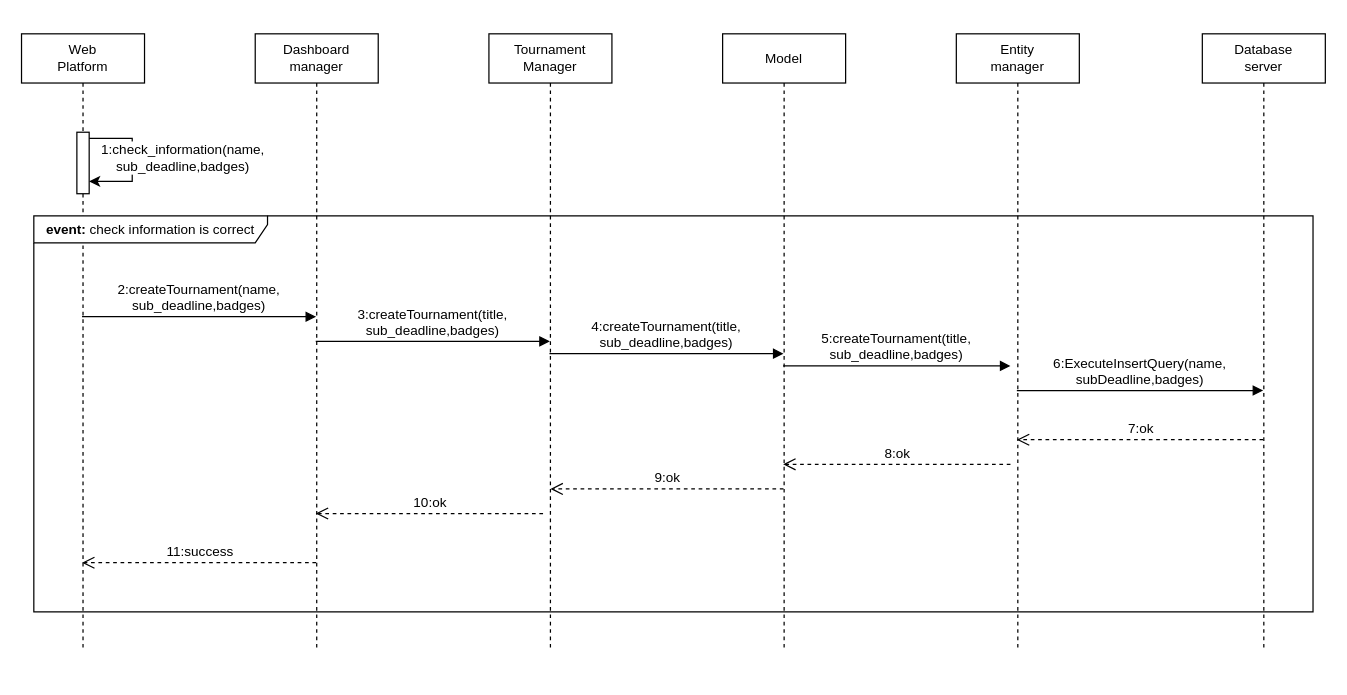
Before: page "TournamentCreation" (3 of 18) of diagrams/Runtime diagrams/RuntimeDiagrams.drawio in mttcrn/software-engineering-II-project, a draw.io diagram. Source tidied: cells renumbered, new cells numbered last; positions are measured from the earlier drawing's top-left corner, leaving out a move shared by most shapes. Both pictures are drawn from the tidied source at 123%, with x=0, y=0 at pixel (21, 33).
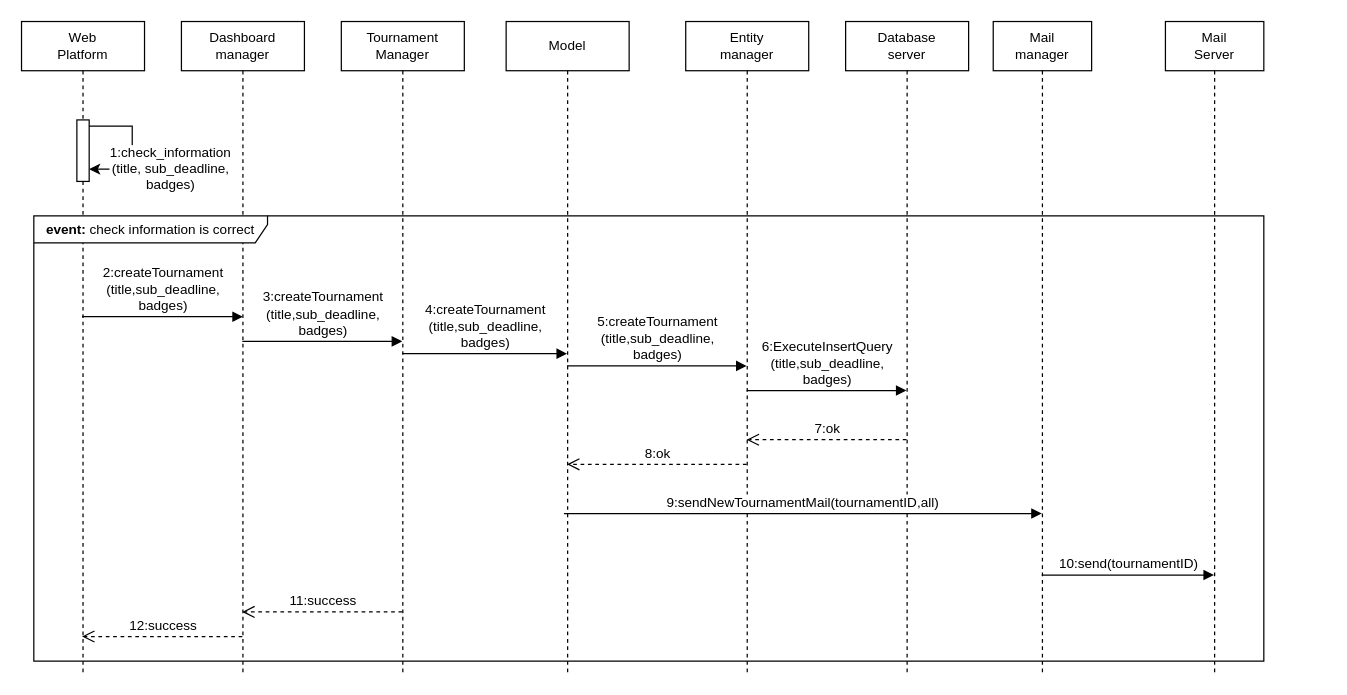
After the change.

Unchanged cells that the change refers to:
```xml
<mxCell id="4" style="edgeStyle=orthogonalEdgeStyle;rounded=0;orthogonalLoop=1;jettySize=auto;html=1;curved=0;exitX=1;exitY=0;exitDx=0;exitDy=5;exitPerimeter=0;" parent="2" edge="1" source="3" target="3">
  <mxGeometry relative="1" as="geometry">
    <Array as="points">
      <mxPoint x="90" y="85" />
      <mxPoint x="90" y="120" />
    </Array>
  </mxGeometry>
</mxCell>
```

The edit, as a diff of the source:
```diff
@@
     <mxCell id="2" value="Web&lt;br style=&quot;font-size: 11px;&quot;&gt;Platform" style="shape=umlLifeline;perimeter=lifelinePerimeter;whiteSpace=wrap;html=1;newEdgeStyle={&quot;curved&quot;:0,&quot;rounded&quot;:0};fontSize=11;" parent="1" vertex="1">
-      <mxGeometry width="100" height="500" as="geometry" />
+      <mxGeometry y="-10" width="100" height="530" as="geometry" />
     </mxCell>
@@
-    <mxCell id="5" value="1:check_information(name,&lt;br style=&quot;border-color: var(--border-color);&quot;&gt;sub_deadline,badges)" style="edgeLabel;html=1;align=center;verticalAlign=middle;" parent="4" vertex="1">
+    <mxCell id="5" value="1:check_information&lt;br&gt;(title, sub_deadline,&lt;br&gt;badges)" style="edgeLabel;html=1;align=center;verticalAlign=middle;" parent="4" vertex="1">
       <mxGeometry x="-0.04" y="-2" relative="1" as="geometry">
-        <mxPoint x="42" as="offset" />
+        <mxPoint x="32" y="19" as="offset" />
       </mxGeometry>
     </mxCell>
     <mxCell id="6" value="Dashboard&lt;br style=&quot;font-size: 11px;&quot;&gt;manager" style="shape=umlLifeline;perimeter=lifelinePerimeter;whiteSpace=wrap;html=1;outlineConnect=0;portConstraint=eastwest;newEdgeStyle={&quot;curved&quot;:0,&quot;rounded&quot;:0};fontSize=11;" parent="1" vertex="1">
-      <mxGeometry x="190" width="100" height="500" as="geometry" />
+      <mxGeometry x="130" y="-10" width="100" height="530" as="geometry" />
     </mxCell>
     <mxCell id="7" value="Entity&lt;br style=&quot;font-size: 11px;&quot;&gt;manager" style="shape=umlLifeline;perimeter=lifelinePerimeter;whiteSpace=wrap;html=1;outlineConnect=0;portConstraint=eastwest;newEdgeStyle={&quot;curved&quot;:0,&quot;rounded&quot;:0};fontSize=11;" parent="1" vertex="1">
-      <mxGeometry x="760" width="100" height="500" as="geometry" />
+      <mxGeometry x="540" y="-10" width="100" height="530" as="geometry" />
     </mxCell>
     <mxCell id="8" value="Model" style="shape=umlLifeline;perimeter=lifelinePerimeter;whiteSpace=wrap;html=1;outlineConnect=0;portConstraint=eastwest;newEdgeStyle={&quot;curved&quot;:0,&quot;rounded&quot;:0};fontSize=11;" parent="1" vertex="1">
-      <mxGeometry x="570" width="100" height="500" as="geometry" />
+      <mxGeometry x="394" y="-10" width="100" height="530" as="geometry" />
     </mxCell>
     <mxCell id="9" value="Tournament&lt;br style=&quot;font-size: 11px;&quot;&gt;Manager" style="shape=umlLifeline;perimeter=lifelinePerimeter;whiteSpace=wrap;html=1;outlineConnect=0;portConstraint=eastwest;newEdgeStyle={&quot;curved&quot;:0,&quot;rounded&quot;:0};fontSize=11;" parent="1" vertex="1">
-      <mxGeometry x="380" width="100" height="500" as="geometry" />
+      <mxGeometry x="260" y="-10" width="100" height="530" as="geometry" />
     </mxCell>
     <mxCell id="10" value="Database&lt;br style=&quot;font-size: 11px;&quot;&gt;server" style="shape=umlLifeline;perimeter=lifelinePerimeter;whiteSpace=wrap;html=1;outlineConnect=0;portConstraint=eastwest;newEdgeStyle={&quot;curved&quot;:0,&quot;rounded&quot;:0};fontSize=11;" parent="1" vertex="1">
-      <mxGeometry x="960" width="100" height="500" as="geometry" />
+      <mxGeometry x="670" y="-10" width="100" height="530" as="geometry" />
     </mxCell>
-    <mxCell id="11" value="&lt;font style=&quot;font-size: 11px;&quot;&gt;2:createTournament(name,&lt;br&gt;sub_deadline,badges)&lt;/font&gt;" style="html=1;verticalAlign=bottom;endArrow=block;curved=0;rounded=0;fontSize=11;" parent="1" edge="1">
+    <mxCell id="11" value="&lt;font style=&quot;font-size: 11px;&quot;&gt;2:createTournament&lt;br&gt;(title,sub_deadline,&lt;br&gt;badges)&lt;/font&gt;" style="html=1;verticalAlign=bottom;endArrow=block;curved=0;rounded=0;fontSize=11;" parent="1" edge="1" target="6">
       <mxGeometry relative="1" as="geometry">
         <mxPoint x="49.2" y="230" as="sourcePoint" />
-        <mxPoint x="239.5" y="230" as="targetPoint" />
         <Array as="points">
           <mxPoint x="180" y="230" />
         </Array>
       </mxGeometry>
     </mxCell>
-    <mxCell id="12" value="&lt;font style=&quot;font-size: 11px;&quot;&gt;3:createTournament(title,&lt;br&gt;sub_deadline,badges)&lt;/font&gt;" style="html=1;verticalAlign=bottom;endArrow=block;curved=0;rounded=0;fontSize=11;" parent="1" edge="1">
+    <mxCell id="12" value="&lt;font style=&quot;font-size: 11px;&quot;&gt;3:createTournament&lt;br&gt;(title,sub_deadline,&lt;br&gt;badges)&lt;/font&gt;" style="html=1;verticalAlign=bottom;endArrow=block;curved=0;rounded=0;fontSize=11;" parent="1" edge="1" source="6" target="9">
       <mxGeometry relative="1" as="geometry">
-        <mxPoint x="239.2" y="250" as="sourcePoint" />
-        <mxPoint x="429.5" y="250" as="targetPoint" />
         <Array as="points">
-          <mxPoint x="329" y="250" />
+          <mxPoint x="240" y="250" />
         </Array>
       </mxGeometry>
     </mxCell>
-    <mxCell id="13" value="&lt;font style=&quot;font-size: 11px;&quot;&gt;4:createTournament(title,&lt;br&gt;sub_deadline,badges)&lt;/font&gt;" style="html=1;verticalAlign=bottom;endArrow=block;curved=0;rounded=0;fontSize=11;" parent="1" edge="1">
+    <mxCell id="13" value="&lt;font style=&quot;font-size: 11px;&quot;&gt;4:createTournament&lt;br&gt;(title,sub_deadline,&lt;br&gt;badges)&lt;/font&gt;" style="html=1;verticalAlign=bottom;endArrow=block;curved=0;rounded=0;fontSize=11;" parent="1" edge="1" source="9" target="8">
       <mxGeometry relative="1" as="geometry">
-        <mxPoint x="429.2" y="260" as="sourcePoint" />
-        <mxPoint x="619.5" y="260" as="targetPoint" />
         <Array as="points">
-          <mxPoint x="539" y="260" />
+          <mxPoint x="440" y="260" />
         </Array>
       </mxGeometry>
     </mxCell>
-    <mxCell id="14" value="&lt;font style=&quot;font-size: 11px;&quot;&gt;5:createTournament(title,&lt;br&gt;sub_deadline,badges)&lt;/font&gt;" style="html=1;verticalAlign=bottom;endArrow=block;curved=0;rounded=0;fontSize=11;" parent="1" edge="1">
+    <mxCell id="14" value="&lt;font style=&quot;font-size: 11px;&quot;&gt;5:createTournament&lt;br&gt;(title,sub_deadline,&lt;br&gt;badges)&lt;/font&gt;" style="html=1;verticalAlign=bottom;endArrow=block;curved=0;rounded=0;fontSize=11;" parent="1" edge="1" source="8" target="7">
       <mxGeometry relative="1" as="geometry">
-        <mxPoint x="619.2" y="270" as="sourcePoint" />
-        <mxPoint x="804" y="270" as="targetPoint" />
         <Array as="points">
-          <mxPoint x="719" y="270" />
+          <mxPoint x="520" y="270" />
         </Array>
       </mxGeometry>
     </mxCell>
-    <mxCell id="15" value="&lt;font style=&quot;font-size: 11px;&quot;&gt;6:ExecuteInsertQuery(name,&lt;br&gt;subDeadline,badges)&lt;/font&gt;" style="html=1;verticalAlign=bottom;endArrow=block;curved=0;rounded=0;fontSize=11;" parent="1" edge="1">
+    <mxCell id="15" value="&lt;font style=&quot;font-size: 11px;&quot;&gt;6:ExecuteInsertQuery&lt;br&gt;(title,sub_deadline,&lt;br&gt;badges)&lt;/font&gt;" style="html=1;verticalAlign=bottom;endArrow=block;curved=0;rounded=0;fontSize=11;" parent="1" edge="1" source="7" target="10">
       <mxGeometry relative="1" as="geometry">
-        <mxPoint x="809.2" y="290" as="sourcePoint" />
-        <mxPoint x="1009.5" y="290" as="targetPoint" />
         <Array as="points">
-          <mxPoint x="909" y="290" />
+          <mxPoint x="650" y="290" />
         </Array>
       </mxGeometry>
     </mxCell>
-    <mxCell id="16" value="7:ok" style="html=1;verticalAlign=bottom;endArrow=open;dashed=1;endSize=8;curved=0;rounded=0;fontSize=11;" parent="1" edge="1">
+    <mxCell id="16" value="7:ok" style="html=1;verticalAlign=bottom;endArrow=open;dashed=1;endSize=8;curved=0;rounded=0;fontSize=11;" parent="1" edge="1" source="10" target="7">
       <mxGeometry relative="1" as="geometry">
-        <mxPoint x="1009.5" y="330" as="sourcePoint" />
-        <mxPoint x="809.2" y="330" as="targetPoint" />
         <Array as="points">
-          <mxPoint x="909" y="330" />
+          <mxPoint x="670" y="330" />
         </Array>
       </mxGeometry>
     </mxCell>
-    <mxCell id="17" value="8:ok" style="html=1;verticalAlign=bottom;endArrow=open;dashed=1;endSize=8;curved=0;rounded=0;fontSize=11;" parent="1" edge="1">
+    <mxCell id="17" value="8:ok" style="html=1;verticalAlign=bottom;endArrow=open;dashed=1;endSize=8;curved=0;rounded=0;fontSize=11;" parent="1" edge="1" source="7" target="8">
       <mxGeometry relative="1" as="geometry">
-        <mxPoint x="804" y="350" as="sourcePoint" />
-        <mxPoint x="619.2" y="350" as="targetPoint" />
         <Array as="points">
-          <mxPoint x="709" y="350" />
+          <mxPoint x="530" y="350" />
         </Array>
       </mxGeometry>
     </mxCell>
-    <mxCell id="18" value="9:ok" style="html=1;verticalAlign=bottom;endArrow=open;dashed=1;endSize=8;curved=0;rounded=0;fontSize=11;" parent="1" edge="1">
-      <mxGeometry relative="1" as="geometry">
-        <mxPoint x="619.5" y="370" as="sourcePoint" />
-        <mxPoint x="430" y="370" as="targetPoint" />
-        <Array as="points">
-          <mxPoint x="525" y="370" />
-        </Array>
-      </mxGeometry>
-    </mxCell>
-    <mxCell id="19" value="10:ok" style="html=1;verticalAlign=bottom;endArrow=open;dashed=1;endSize=8;curved=0;rounded=0;fontSize=11;" parent="1" edge="1">
+    <mxCell id="19" value="11:success" style="html=1;verticalAlign=bottom;endArrow=open;dashed=1;endSize=8;curved=0;rounded=0;fontSize=11;" parent="1" edge="1">
       <mxGeometry relative="1" as="geometry">
-        <mxPoint x="424" y="390" as="sourcePoint" />
-        <mxPoint x="239.2" y="390" as="targetPoint" />
-        <Array as="points">
-          <mxPoint x="329" y="390" />
-        </Array>
+        <mxPoint x="309.5" y="470" as="sourcePoint" />
+        <mxPoint x="179.4" y="470" as="targetPoint" />
       </mxGeometry>
     </mxCell>
-    <mxCell id="20" value="11:success" style="html=1;verticalAlign=bottom;endArrow=open;dashed=1;endSize=8;curved=0;rounded=0;fontSize=11;" parent="1" edge="1">
+    <mxCell id="20" value="12:success" style="html=1;verticalAlign=bottom;endArrow=open;dashed=1;endSize=8;curved=0;rounded=0;fontSize=11;" parent="1" edge="1">
       <mxGeometry relative="1" as="geometry">
-        <mxPoint x="239.5" y="430" as="sourcePoint" />
-        <mxPoint x="49.2" y="430" as="targetPoint" />
+        <mxPoint x="179.5" y="490" as="sourcePoint" />
+        <mxPoint x="49.2" y="490" as="targetPoint" />
         <Array as="points">
-          <mxPoint x="140" y="430" />
+          <mxPoint x="140" y="490" />
         </Array>
       </mxGeometry>
     </mxCell>
     <mxCell id="21" value="&lt;b&gt;event: &lt;/b&gt;check information is correct" style="shape=umlFrame;whiteSpace=wrap;html=1;fontSize=11;width=190;height=22;" parent="1" vertex="1">
-      <mxGeometry x="10" y="148" width="1040" height="322" as="geometry" />
+      <mxGeometry x="10" y="148" width="1000" height="362" as="geometry" />
     </mxCell>
+    <mxCell id="22" value="Mail&lt;br style=&quot;font-size: 11px;&quot;&gt;manager" style="shape=umlLifeline;perimeter=lifelinePerimeter;whiteSpace=wrap;html=1;outlineConnect=0;portConstraint=eastwest;newEdgeStyle={&quot;curved&quot;:0,&quot;rounded&quot;:0};fontSize=11;" parent="1" vertex="1">
+      <mxGeometry x="790" y="-10" width="80" height="530" as="geometry" />
+    </mxCell>
+    <mxCell id="23" value="Mail&lt;br style=&quot;font-size: 11px;&quot;&gt;Server" style="shape=umlLifeline;perimeter=lifelinePerimeter;whiteSpace=wrap;html=1;newEdgeStyle={&quot;curved&quot;:0,&quot;rounded&quot;:0};fontSize=11;" parent="1" vertex="1">
+      <mxGeometry x="930" y="-10" width="80" height="530" as="geometry" />
+    </mxCell>
+    <mxCell id="24" value="9:sendNewTournamentMail(tournamentID,all)" style="html=1;verticalAlign=bottom;endArrow=block;curved=0;rounded=0;fontSize=11;" parent="1" edge="1">
+      <mxGeometry relative="1" as="geometry">
+        <mxPoint x="443.5" y="390" as="sourcePoint" />
+        <mxPoint x="829.5" y="390" as="targetPoint" />
+        <Array as="points">
+          <mxPoint x="441" y="390" />
+        </Array>
+      </mxGeometry>
+    </mxCell>
+    <mxCell id="25" value="10:send(tournamentID)" style="html=1;verticalAlign=bottom;endArrow=block;curved=0;rounded=0;fontSize=11;" parent="1" edge="1" source="22">
+      <mxGeometry relative="1" as="geometry">
+        <mxPoint x="969.5" y="440" as="targetPoint" />
+      </mxGeometry>
+    </mxCell>
```
